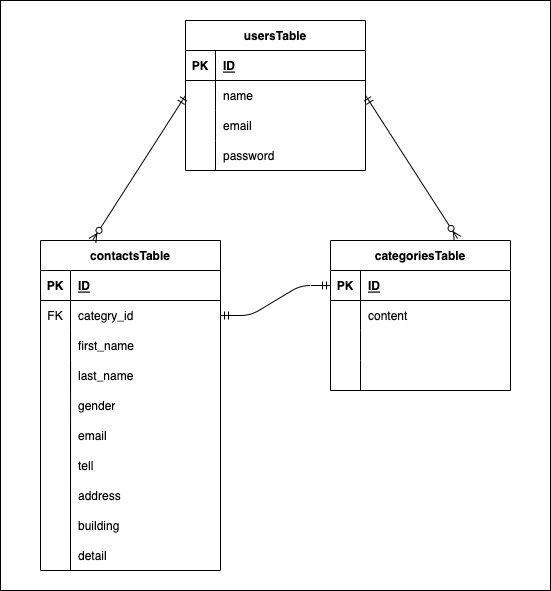
Before: src/Fashionably-Late.drawio.png, a diagram exported from draw.io (Shinji-0323/Fashionably-Late). Source tidied: cells renumbered, new cells last; positions are measured from the earlier drawing's top-left corner, leaving out a move shared by most shapes.
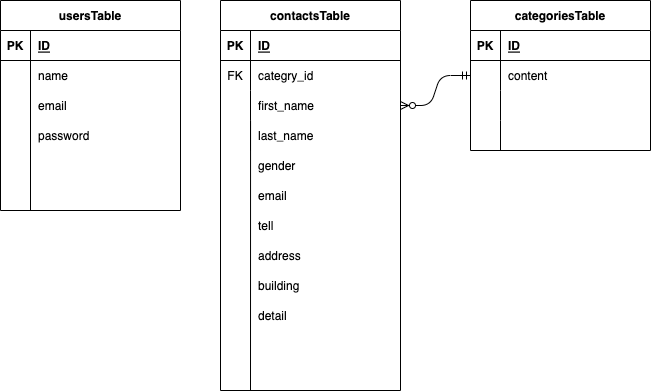
The same file after the commit.

The edit, as a diff of the source:
```diff
@@ -3,34 +3,16 @@
     <mxCell id="0" />
     <mxCell id="1" parent="0" />
     <mxCell id="2" value="gender" style="shape=partialRectangle;fillColor=none;top=0;left=0;bottom=0;right=0;align=left;spacingLeft=6;overflow=hidden;" parent="1" vertex="1">
-      <mxGeometry x="60" y="380" width="150" height="30" as="geometry" />
+      <mxGeometry x="70" y="390" width="150" height="30" as="geometry" />
     </mxCell>
-    <mxCell id="3" value="email" style="shape=partialRectangle;fillColor=none;top=0;left=0;bottom=0;right=0;align=left;spacingLeft=6;overflow=hidden;" parent="1" vertex="1">
-      <mxGeometry x="60" y="410" width="150" height="30" as="geometry" />
-    </mxCell>
-    <mxCell id="4" value="tell" style="shape=partialRectangle;fillColor=none;top=0;left=0;bottom=0;right=0;align=left;spacingLeft=6;overflow=hidden;" parent="1" vertex="1">
-      <mxGeometry x="60" y="440" width="150" height="30" as="geometry" />
-    </mxCell>
-    <mxCell id="5" value="address" style="shape=partialRectangle;fillColor=none;top=0;left=0;bottom=0;right=0;align=left;spacingLeft=6;overflow=hidden;" parent="1" vertex="1">
-      <mxGeometry x="60" y="470" width="150" height="30" as="geometry" />
-    </mxCell>
-    <mxCell id="6" value="building" style="shape=partialRectangle;fillColor=none;top=0;left=0;bottom=0;right=0;align=left;spacingLeft=6;overflow=hidden;" parent="1" vertex="1">
-      <mxGeometry x="60" y="500" width="150" height="30" as="geometry" />
-    </mxCell>
-    <mxCell id="7" value="detail" style="shape=partialRectangle;fillColor=none;top=0;left=0;bottom=0;right=0;align=left;spacingLeft=6;overflow=hidden;" parent="1" vertex="1">
-      <mxGeometry x="60" y="530" width="150" height="30" as="geometry" />
-    </mxCell>
     <mxCell id="8" style="endArrow=none;html=1;rounded=0;" parent="1" edge="1">
       <mxGeometry relative="1" as="geometry">
-        <mxPoint x="60" y="380" as="sourcePoint" />
-        <mxPoint x="60" y="560" as="targetPoint" />
+        <mxPoint x="-150" y="320" as="sourcePoint" />
+        <mxPoint x="-150" y="450" as="targetPoint" />
       </mxGeometry>
     </mxCell>
-    <mxCell id="9" style="rounded=0;whiteSpace=wrap;html=1;" parent="1" vertex="1">
-      <mxGeometry width="550" height="590" as="geometry" />
-    </mxCell>
     <mxCell id="10" value="contactsTable" style="shape=table;startSize=30;rowLines=0;fontStyle=1;align=center;" parent="1" vertex="1">
-      <mxGeometry x="40" y="240" width="180" height="330" as="geometry" />
+      <mxGeometry x="40" y="240" width="180" height="390" as="geometry" />
     </mxCell>
     <mxCell id="11" style="shape=tableRow;horizontal=0;startSize=0;swimlaneHead=0;swimlaneBody=0;fillColor=none;top=0;left=0;right=0;bottom=1;" parent="10" vertex="1">
       <mxGeometry y="30" width="180" height="30" as="geometry" />
@@ -69,7 +51,7 @@
       <mxGeometry x="30" width="150" height="30" as="geometry" />
     </mxCell>
     <mxCell id="23" value="categoriesTable" style="shape=table;startSize=30;rowLines=0;fontStyle=1;align=center;" parent="1" vertex="1">
-      <mxGeometry x="330" y="240" width="180" height="150" as="geometry" />
+      <mxGeometry x="290" y="240" width="180" height="150" as="geometry" />
     </mxCell>
     <mxCell id="24" style="shape=tableRow;horizontal=0;startSize=0;swimlaneHead=0;swimlaneBody=0;fillColor=none;points=[[0,0.5],[1,0.5]];portConstraint=eastwest;top=0;left=0;right=0;bottom=1;" parent="23" vertex="1">
       <mxGeometry y="30" width="180" height="30" as="geometry" />
@@ -107,9 +89,6 @@
     <mxCell id="35" style="shape=partialRectangle;fillColor=none;top=0;left=0;bottom=0;right=0;align=left;spacingLeft=6;overflow=hidden;" parent="33" vertex="1">
       <mxGeometry x="30" width="150" height="30" as="geometry" />
     </mxCell>
-    <mxCell id="36" value="gender" style="shape=partialRectangle;fillColor=none;top=0;left=0;bottom=0;right=0;align=left;spacingLeft=6;overflow=hidden;" parent="1" vertex="1">
-      <mxGeometry x="70" y="390" width="150" height="30" as="geometry" />
-    </mxCell>
     <mxCell id="37" value="email" style="shape=partialRectangle;fillColor=none;top=0;left=0;bottom=0;right=0;align=left;spacingLeft=6;overflow=hidden;" parent="1" vertex="1">
       <mxGeometry x="70" y="420" width="150" height="30" as="geometry" />
     </mxCell>
@@ -127,11 +106,11 @@
     </mxCell>
     <mxCell id="42" style="endArrow=none;html=1;rounded=0;exitX=0.167;exitY=0;exitDx=0;exitDy=0;exitPerimeter=0;" parent="1" edge="1" source="20">
       <mxGeometry relative="1" as="geometry">
-        <mxPoint x="70" y="570" as="targetPoint" />
+        <mxPoint x="70" y="630" as="targetPoint" />
       </mxGeometry>
     </mxCell>
     <mxCell id="43" value="usersTable" style="shape=table;startSize=30;rowLines=0;fontStyle=1;align=center;" parent="1" vertex="1">
-      <mxGeometry x="185" y="20" width="180" height="150" as="geometry" />
+      <mxGeometry x="-180" y="240" width="180" height="210" as="geometry" />
     </mxCell>
     <mxCell id="44" style="shape=tableRow;horizontal=0;startSize=0;swimlaneHead=0;swimlaneBody=0;fillColor=none;top=0;left=0;right=0;bottom=1;" parent="43" vertex="1">
       <mxGeometry y="30" width="180" height="30" as="geometry" />
@@ -169,14 +148,26 @@
     <mxCell id="55" value="password" style="shape=partialRectangle;fillColor=none;top=0;left=0;bottom=0;right=0;align=left;spacingLeft=6;overflow=hidden;" parent="53" vertex="1">
       <mxGeometry x="30" width="150" height="30" as="geometry" />
     </mxCell>
-    <mxCell id="56" style="edgeStyle=entityRelationEdgeStyle;fontSize=12;html=1;endArrow=ERmandOne;startArrow=ERmandOne;entryX=0;entryY=0.5;entryDx=0;entryDy=0;exitX=1;exitY=0.5;exitDx=0;exitDy=0;" parent="1" edge="1" source="14" target="24">
-      <mxGeometry relative="1" as="geometry" />
-    </mxCell>
-    <mxCell id="57" style="fontSize=12;html=1;endArrow=ERzeroToMany;startArrow=ERmandOne;exitX=1;exitY=0.5;exitDx=0;exitDy=0;entryX=0.706;entryY=-0.013;entryDx=0;entryDy=0;entryPerimeter=0;" parent="1" edge="1" source="47" target="23">
-      <mxGeometry relative="1" as="geometry" />
-    </mxCell>
-    <mxCell id="58" style="fontSize=12;html=1;endArrow=ERzeroToMany;startArrow=ERmandOne;entryX=0.289;entryY=0;entryDx=0;entryDy=0;entryPerimeter=0;exitX=0;exitY=0.5;exitDx=0;exitDy=0;" parent="1" edge="1" source="47" target="10">
-      <mxGeometry relative="1" as="geometry" />
+    <mxCell id="58" value="created _at" style="shape=partialRectangle;fillColor=none;top=0;left=0;bottom=0;right=0;align=left;spacingLeft=6;overflow=hidden;fontColor=#FFFFFF;" parent="1" vertex="1">
+      <mxGeometry x="-150" y="390" width="150" height="30" as="geometry" />
     </mxCell>
+    <mxCell id="59" value="updated_at" style="shape=partialRectangle;fillColor=none;top=0;left=0;bottom=0;right=0;align=left;spacingLeft=6;overflow=hidden;fontColor=#FFFFFF;" parent="1" vertex="1">
+      <mxGeometry x="-150" y="420" width="150" height="30" as="geometry" />
+    </mxCell>
+    <mxCell id="60" value="created _at" style="shape=partialRectangle;fillColor=none;top=0;left=0;bottom=0;right=0;align=left;spacingLeft=6;overflow=hidden;fontColor=#FFFFFF;" parent="1" vertex="1">
+      <mxGeometry x="70" y="570" width="150" height="30" as="geometry" />
+    </mxCell>
+    <mxCell id="61" value="created _at" style="shape=partialRectangle;fillColor=none;top=0;left=0;bottom=0;right=0;align=left;spacingLeft=6;overflow=hidden;fontColor=#FFFFFF;" parent="1" vertex="1">
+      <mxGeometry x="320" y="330" width="150" height="30" as="geometry" />
+    </mxCell>
+    <mxCell id="62" value="updated_at" style="shape=partialRectangle;fillColor=none;top=0;left=0;bottom=0;right=0;align=left;spacingLeft=6;overflow=hidden;fontColor=#FFFFFF;" parent="1" vertex="1">
+      <mxGeometry x="70" y="600" width="150" height="30" as="geometry" />
+    </mxCell>
+    <mxCell id="63" value="updated_at" style="shape=partialRectangle;fillColor=none;top=0;left=0;bottom=0;right=0;align=left;spacingLeft=6;overflow=hidden;fontColor=#FFFFFF;" parent="1" vertex="1">
+      <mxGeometry x="320" y="360" width="150" height="30" as="geometry" />
+    </mxCell>
+    <mxCell id="64" style="edgeStyle=entityRelationEdgeStyle;fontSize=12;html=1;endArrow=ERzeroToMany;startArrow=ERmandOne;fontColor=#FFFFFF;entryX=1;entryY=0.5;entryDx=0;entryDy=0;exitX=0;exitY=0.5;exitDx=0;exitDy=0;" parent="1" edge="1" source="27" target="17">
+      <mxGeometry relative="1" as="geometry" />
+    </mxCell>
   </root>
 </mxGraphModel>
```
